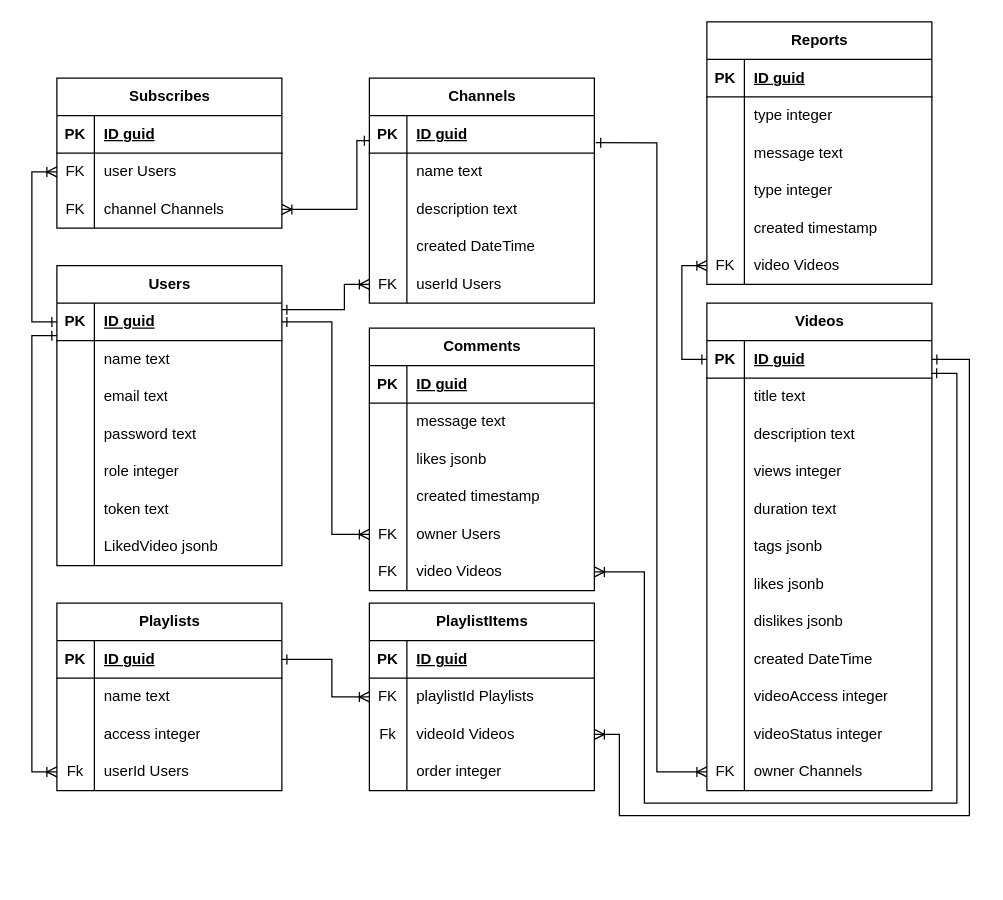
The draw.io diagram BD.drawio in DioMain/BYTUBE, before the edit. Source tidied: cells renumbered, new cells numbered last; positions are measured from the earlier drawing's top-left corner, leaving out a move shared by most shapes. Both pictures are drawn from the tidied source at 125%, with x=0, y=0 at pixel (31, 21).
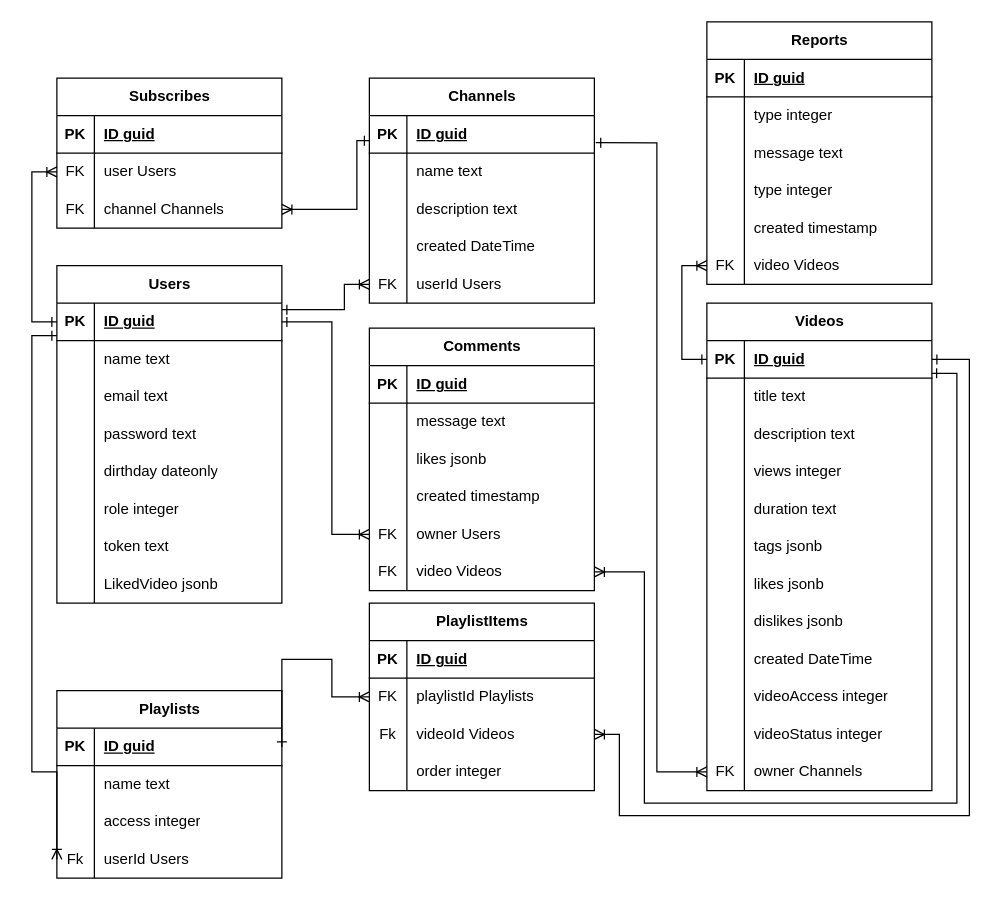
Above is the later version.

Change to the diagram source:
```diff
@@
     <mxCell id="2" value="Users" style="shape=table;startSize=30;childLayout=tableLayout;rowLines=0;fontStyle=1;align=center;html=1;" parent="1" vertex="1">
-      <mxGeometry x="20" y="195" width="180" height="240" as="geometry" />
+      <mxGeometry x="20" y="195" width="180" height="270" as="geometry" />
     </mxCell>
@@
+    <mxCell id="161" style="shape=tableRow;horizontal=0;startSize=0;swimlaneHead=0;swimlaneBody=0;fillColor=none;top=0;left=0;right=0;bottom=0;" parent="2" vertex="1">
+      <mxGeometry y="150" width="180" height="30" as="geometry" />
+    </mxCell>
+    <mxCell id="162" style="shape=partialRectangle;fillColor=none;top=0;left=0;bottom=0;right=0;overflow=hidden;whiteSpace=wrap;html=1;" parent="161" vertex="1">
+      <mxGeometry width="30" height="30" as="geometry" />
+    </mxCell>
+    <mxCell id="163" value="dirthday dateonly" style="shape=partialRectangle;fillColor=none;top=0;left=0;bottom=0;right=0;align=left;spacingLeft=6;overflow=hidden;whiteSpace=wrap;html=1;" parent="161" vertex="1">
+      <mxGeometry x="30" width="150" height="30" as="geometry" />
+    </mxCell>
     <mxCell id="15" style="shape=tableRow;horizontal=0;startSize=0;swimlaneHead=0;swimlaneBody=0;fillColor=none;top=0;left=0;right=0;bottom=0;" parent="2" vertex="1">
-      <mxGeometry y="150" width="180" height="30" as="geometry" />
+      <mxGeometry y="180" width="180" height="30" as="geometry" />
     </mxCell>
@@
     <mxCell id="18" style="shape=tableRow;horizontal=0;startSize=0;swimlaneHead=0;swimlaneBody=0;fillColor=none;top=0;left=0;right=0;bottom=0;" parent="2" vertex="1">
-      <mxGeometry y="180" width="180" height="30" as="geometry" />
+      <mxGeometry y="210" width="180" height="30" as="geometry" />
     </mxCell>
@@
     <mxCell id="21" style="shape=tableRow;horizontal=0;startSize=0;swimlaneHead=0;swimlaneBody=0;fillColor=none;top=0;left=0;right=0;bottom=0;" parent="2" vertex="1">
-      <mxGeometry y="210" width="180" height="30" as="geometry" />
+      <mxGeometry y="240" width="180" height="30" as="geometry" />
     </mxCell>
@@
     <mxCell id="138" value="Playlists" style="shape=table;startSize=30;childLayout=tableLayout;rowLines=0;fontStyle=1;align=center;html=1;" parent="1" vertex="1">
-      <mxGeometry x="20" y="465" width="180" height="150" as="geometry" />
+      <mxGeometry x="20" y="535" width="180" height="150" as="geometry" />
     </mxCell>
```
